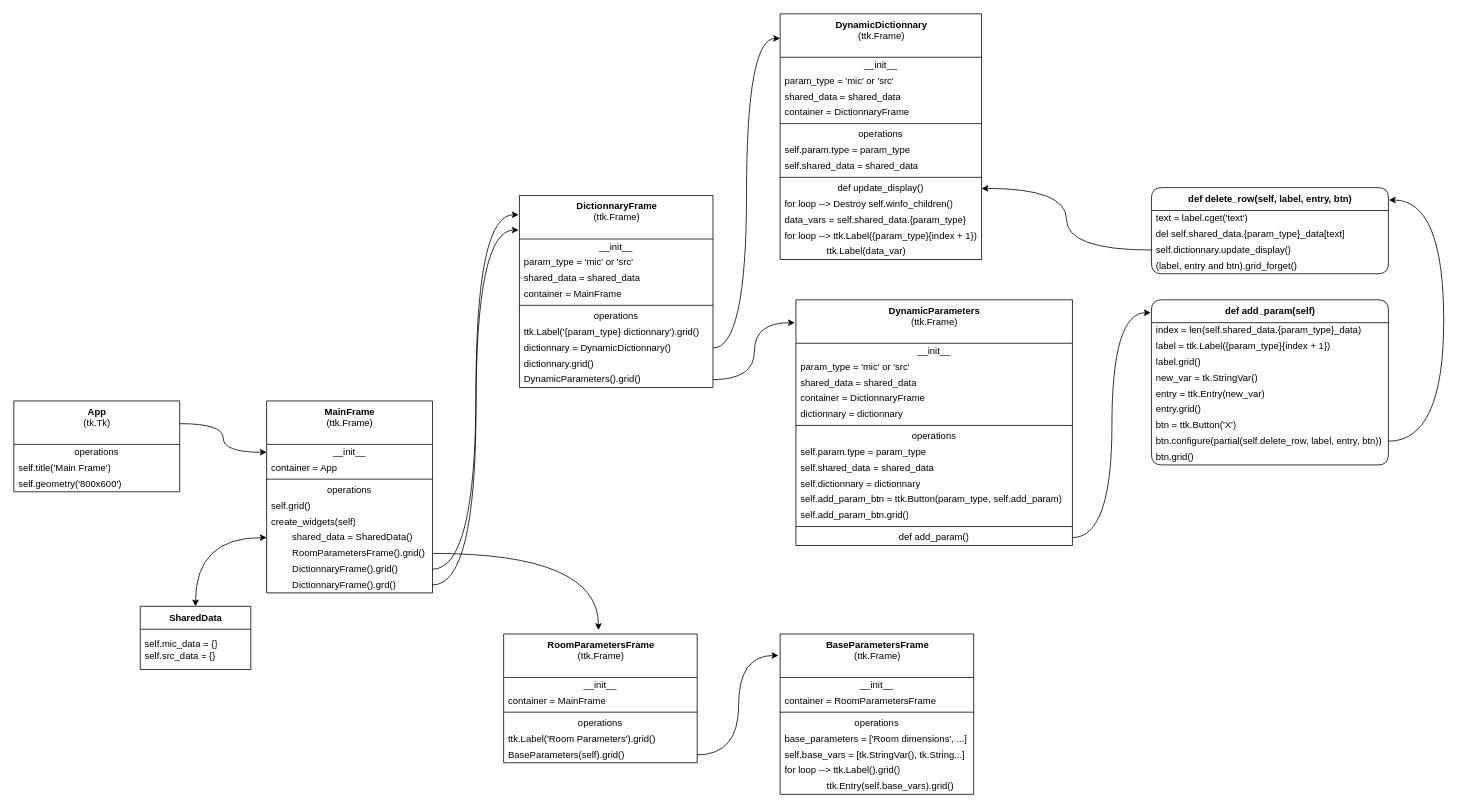
Shamsam/ModelisationAcoustique keeps this draw.io diagram as tk_folder/diagram.drawio. Above is the earlier version. Source tidied: cells renumbered, new cells numbered last; positions are measured from the earlier drawing's top-left corner, leaving out a move shared by most shapes. Both pictures are drawn from the tidied source at 79%, with x=0, y=0 at pixel (13, 13).
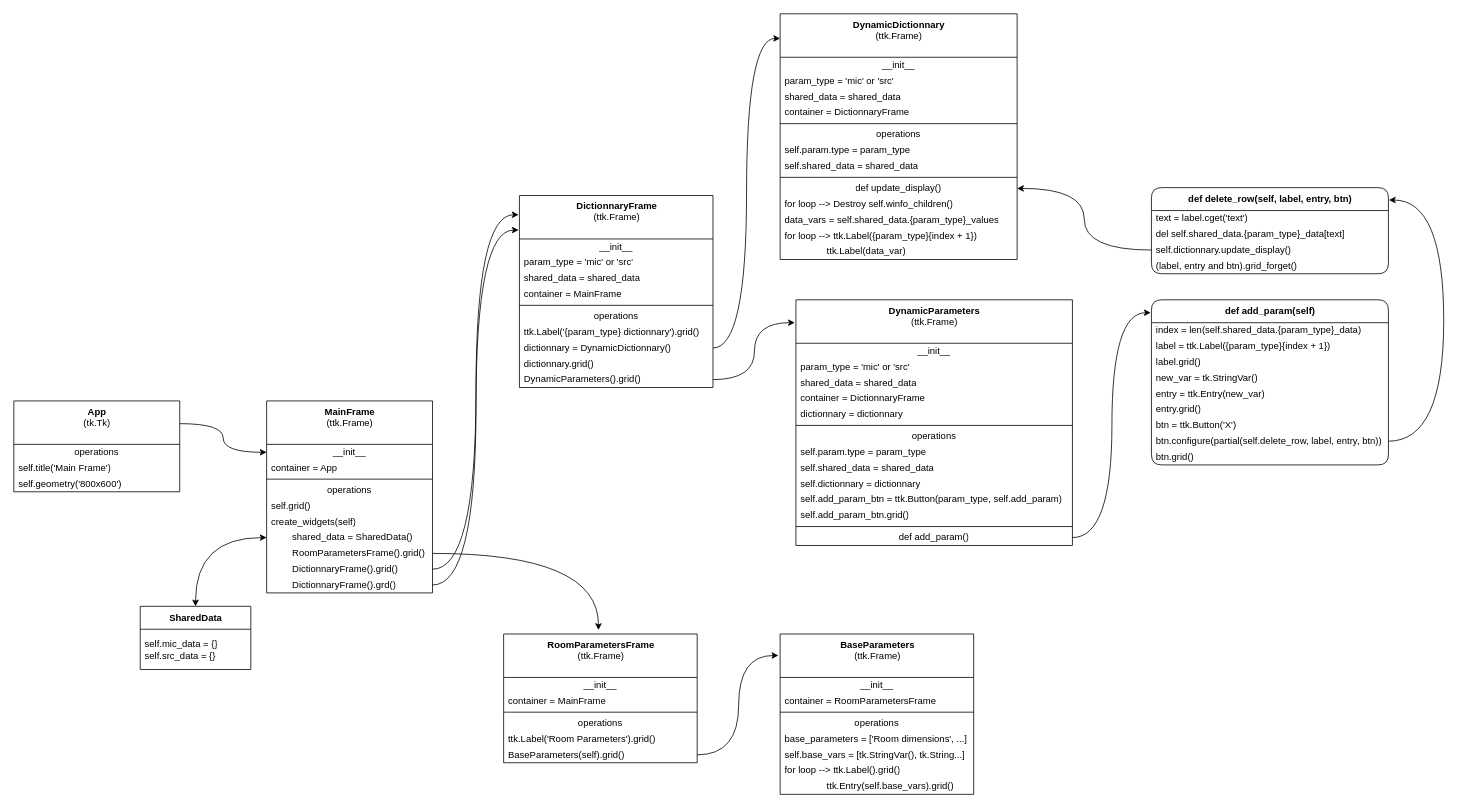
After the change.

The edit, as a diff of the source:
```diff
@@
     <mxCell id="29" value="&lt;b&gt;DynamicDictionnary&lt;/b&gt;&lt;br&gt;(ttk.Frame)" style="swimlane;fontStyle=0;align=center;verticalAlign=top;horizontal=1;startSize=55;html=1;" parent="1" vertex="1">
-      <mxGeometry x="970" width="255" height="311" as="geometry" />
+      <mxGeometry x="970" width="300" height="311" as="geometry" />
     </mxCell>
     <mxCell id="30" value="__init__" style="text;html=1;strokeColor=none;fillColor=none;align=center;verticalAlign=middle;spacingLeft=4;spacingRight=4;overflow=hidden;" parent="29" vertex="1">
-      <mxGeometry y="55" width="255" height="20" as="geometry" />
+      <mxGeometry y="55" width="300" height="20" as="geometry" />
     </mxCell>
     <mxCell id="31" value="param_type = 'mic' or 'src'" style="text;html=1;strokeColor=none;fillColor=none;align=left;verticalAlign=middle;spacingLeft=4;spacingRight=4;overflow=hidden;" parent="29" vertex="1">
-      <mxGeometry y="75" width="255" height="20" as="geometry" />
+      <mxGeometry y="75" width="300" height="20" as="geometry" />
     </mxCell>
     <mxCell id="32" value="shared_data = shared_data" style="text;html=1;strokeColor=none;fillColor=none;align=left;verticalAlign=middle;spacingLeft=4;spacingRight=4;overflow=hidden;" parent="29" vertex="1">
-      <mxGeometry y="95" width="255" height="20" as="geometry" />
+      <mxGeometry y="95" width="300" height="20" as="geometry" />
     </mxCell>
     <mxCell id="33" value="container = DictionnaryFrame" style="text;html=1;strokeColor=none;fillColor=none;align=left;verticalAlign=middle;spacingLeft=4;spacingRight=4;overflow=hidden;" parent="29" vertex="1">
-      <mxGeometry y="115" width="255" height="20" as="geometry" />
+      <mxGeometry y="115" width="300" height="20" as="geometry" />
     </mxCell>
     <mxCell id="34" style="line;strokeWidth=1;fillColor=none;align=left;verticalAlign=middle;spacingTop=-1;spacingLeft=3;spacingRight=3;labelPosition=right;" parent="29" vertex="1">
-      <mxGeometry y="135" width="255" height="8" as="geometry" />
+      <mxGeometry y="135" width="300" height="8" as="geometry" />
     </mxCell>
     <mxCell id="35" value="operations" style="text;html=1;strokeColor=none;fillColor=none;align=center;verticalAlign=middle;spacingLeft=4;spacingRight=4;overflow=hidden;" parent="29" vertex="1">
-      <mxGeometry y="143" width="255" height="20" as="geometry" />
+      <mxGeometry y="143" width="300" height="20" as="geometry" />
     </mxCell>
     <mxCell id="36" value="self.param.type = param_type" style="text;html=1;strokeColor=none;fillColor=none;align=left;verticalAlign=middle;spacingLeft=4;spacingRight=4;overflow=hidden;" parent="29" vertex="1">
-      <mxGeometry y="163" width="255" height="20" as="geometry" />
+      <mxGeometry y="163" width="300" height="20" as="geometry" />
     </mxCell>
     <mxCell id="37" value="self.shared_data = shared_data" style="text;html=1;strokeColor=none;fillColor=none;align=left;verticalAlign=middle;spacingLeft=4;spacingRight=4;overflow=hidden;" parent="29" vertex="1">
-      <mxGeometry y="183" width="255" height="20" as="geometry" />
+      <mxGeometry y="183" width="300" height="20" as="geometry" />
     </mxCell>
     <mxCell id="38" style="line;strokeWidth=1;fillColor=none;align=left;verticalAlign=middle;spacingTop=-1;spacingLeft=3;spacingRight=3;labelPosition=right;" parent="29" vertex="1">
-      <mxGeometry y="203" width="255" height="8" as="geometry" />
+      <mxGeometry y="203" width="300" height="8" as="geometry" />
     </mxCell>
     <mxCell id="39" value="def update_display()" style="text;html=1;strokeColor=none;fillColor=none;align=center;verticalAlign=middle;spacingLeft=4;spacingRight=4;overflow=hidden;points=[[0,0.5],[1,0.5]];portConstraint=eastwest;" parent="29" vertex="1">
-      <mxGeometry y="211" width="255" height="20" as="geometry" />
+      <mxGeometry y="211" width="300" height="20" as="geometry" />
     </mxCell>
     <mxCell id="40" value="for loop --&amp;gt; Destroy self.winfo_children()" style="text;html=1;strokeColor=none;fillColor=none;align=left;verticalAlign=middle;spacingLeft=4;spacingRight=4;overflow=hidden;" parent="29" vertex="1">
-      <mxGeometry y="231" width="255" height="20" as="geometry" />
+      <mxGeometry y="231" width="300" height="20" as="geometry" />
     </mxCell>
-    <mxCell id="41" value="data_vars = self.shared_data.{param_type}" style="text;html=1;strokeColor=none;fillColor=none;align=left;verticalAlign=middle;spacingLeft=4;spacingRight=4;overflow=hidden;" parent="29" vertex="1">
-      <mxGeometry y="251" width="255" height="20" as="geometry" />
+    <mxCell id="41" value="data_vars = self.shared_data.{param_type}_values" style="text;html=1;strokeColor=none;fillColor=none;align=left;verticalAlign=middle;spacingLeft=4;spacingRight=4;overflow=hidden;" parent="29" vertex="1">
+      <mxGeometry y="251" width="300" height="20" as="geometry" />
     </mxCell>
     <mxCell id="42" value="for loop --&amp;gt; ttk.Label({param_type}{index + 1})" style="text;html=1;strokeColor=none;fillColor=none;align=left;verticalAlign=middle;spacingLeft=4;spacingRight=4;overflow=hidden;" parent="29" vertex="1">
-      <mxGeometry y="271" width="255" height="20" as="geometry" />
+      <mxGeometry y="271" width="300" height="20" as="geometry" />
     </mxCell>
     <mxCell id="43" value="&lt;span style=&quot;white-space: pre;&quot;&gt;&#9;&lt;/span&gt;&lt;span style=&quot;white-space: pre;&quot;&gt;&#9;&lt;/span&gt;ttk.Label(data_var)" style="text;html=1;strokeColor=none;fillColor=none;align=left;verticalAlign=middle;spacingLeft=4;spacingRight=4;overflow=hidden;" parent="29" vertex="1">
-      <mxGeometry y="291" width="255" height="20" as="geometry" />
+      <mxGeometry y="291" width="300" height="20" as="geometry" />
     </mxCell>
@@
-    <mxCell id="77" value="&lt;b&gt;BaseParametersFrame&lt;/b&gt;&lt;br&gt;(ttk.Frame)" style="swimlane;fontStyle=0;align=center;verticalAlign=top;horizontal=1;startSize=55;html=1;" parent="1" vertex="1">
+    <mxCell id="77" value="&lt;b&gt;BaseParameters&lt;/b&gt;&lt;br&gt;(ttk.Frame)" style="swimlane;fontStyle=0;align=center;verticalAlign=top;horizontal=1;startSize=55;html=1;" parent="1" vertex="1">
       <mxGeometry x="970" y="785" width="245" height="203" as="geometry" />
     </mxCell>
```
